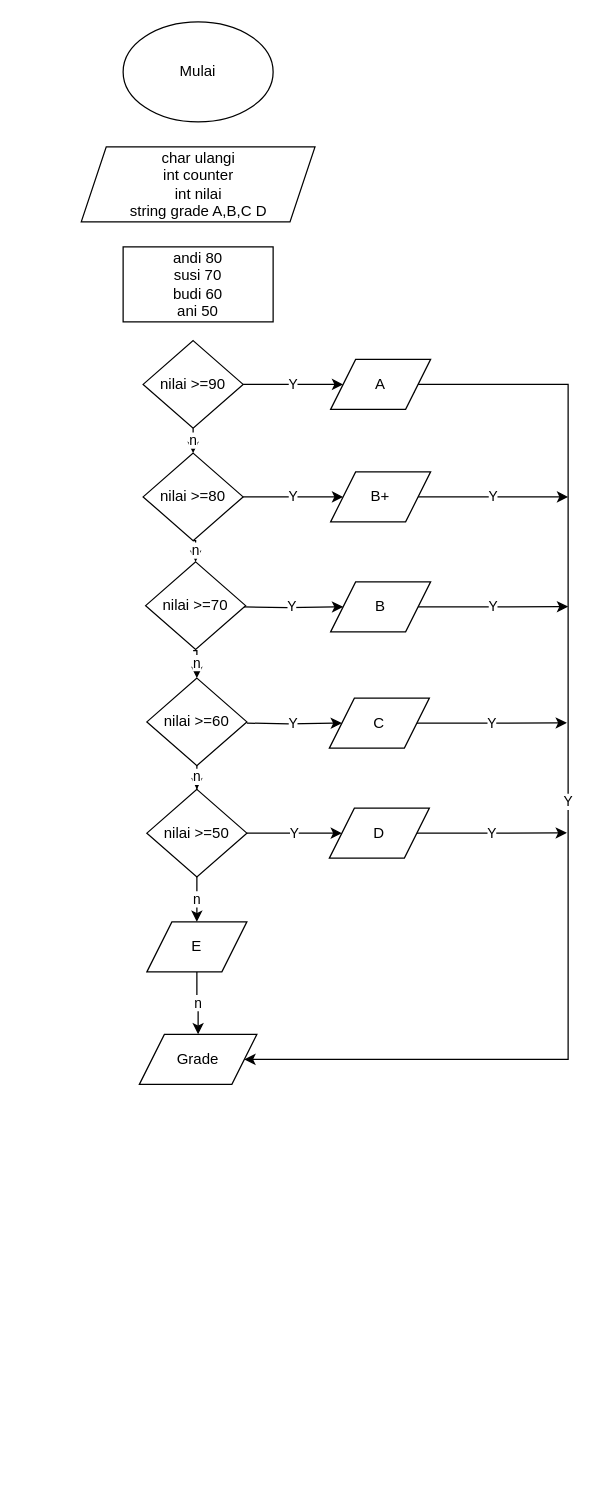
Before: Untitled Diagram.drawio in DevinNyawpantsu/DevinNyawpantsu, a draw.io diagram. Source tidied: cells renumbered, new cells numbered last; positions are measured from the earlier drawing's top-left corner, leaving out a move shared by most shapes. Both pictures are drawn from the tidied source at 125%, with x=0, y=0 at pixel (80, 21).
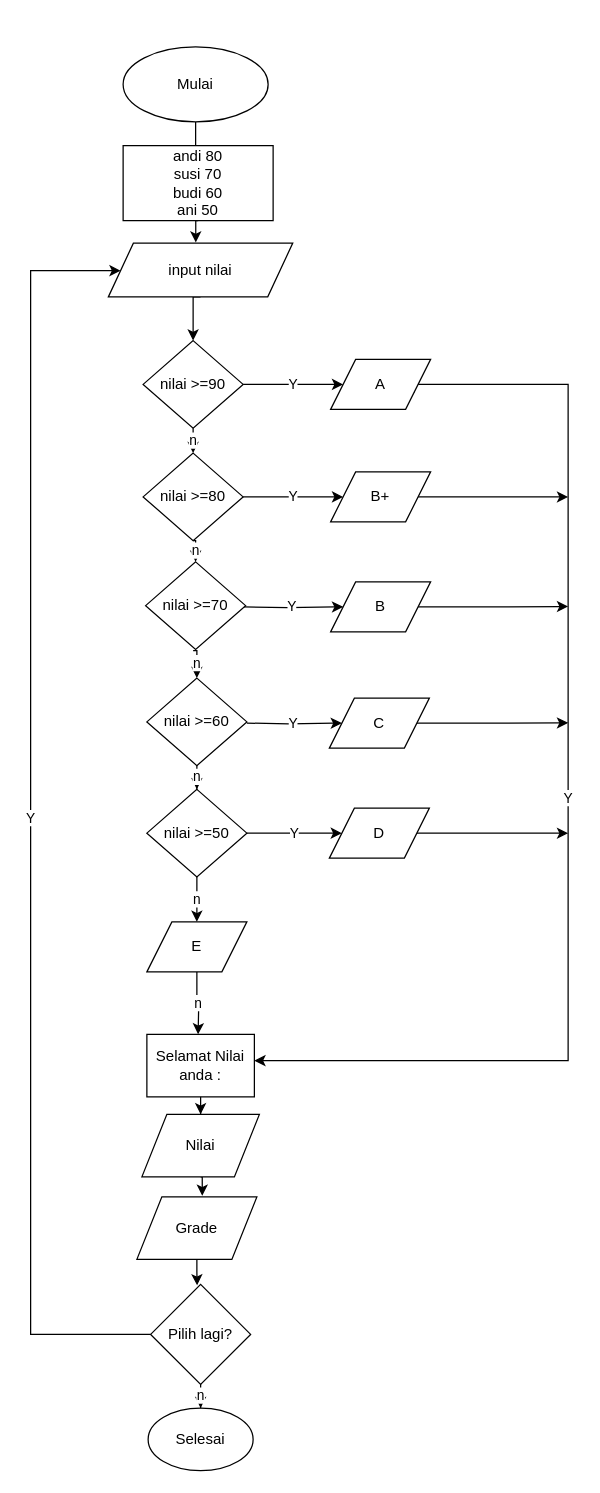
The same page after the edit.

Unchanged cells that the change refers to:
```xml
<mxCell id="7" value="nilai &amp;gt;=90" style="rhombus;whiteSpace=wrap;html=1;" parent="1" vertex="1">
  <mxGeometry x="50" y="255" width="80" height="70" as="geometry" />
</mxCell>
<mxCell id="9" value="A" style="shape=parallelogram;perimeter=parallelogramPerimeter;whiteSpace=wrap;html=1;fixedSize=1;" parent="1" vertex="1">
  <mxGeometry x="200" y="270" width="80" height="40" as="geometry" />
</mxCell>
<mxCell id="23" value="B+" style="shape=parallelogram;perimeter=parallelogramPerimeter;whiteSpace=wrap;html=1;fixedSize=1;" parent="1" vertex="1">
  <mxGeometry x="200" y="360" width="80" height="40" as="geometry" />
</mxCell>
<mxCell id="25" value="B" style="shape=parallelogram;perimeter=parallelogramPerimeter;whiteSpace=wrap;html=1;fixedSize=1;" parent="1" vertex="1">
  <mxGeometry x="200" y="448" width="80" height="40" as="geometry" />
</mxCell>
<mxCell id="27" value="C" style="shape=parallelogram;perimeter=parallelogramPerimeter;whiteSpace=wrap;html=1;fixedSize=1;" parent="1" vertex="1">
  <mxGeometry x="199" y="541" width="80" height="40" as="geometry" />
</mxCell>
<mxCell id="29" value="D" style="shape=parallelogram;perimeter=parallelogramPerimeter;whiteSpace=wrap;html=1;fixedSize=1;" parent="1" vertex="1">
  <mxGeometry x="199" y="629" width="80" height="40" as="geometry" />
</mxCell>
<mxCell id="31" value="E" style="shape=parallelogram;perimeter=parallelogramPerimeter;whiteSpace=wrap;html=1;fixedSize=1;" parent="1" vertex="1">
  <mxGeometry x="53" y="720" width="80" height="40" as="geometry" />
</mxCell>
```

What changed in the source:
```diff
@@
+    <mxCell id="33" style="edgeStyle=orthogonalEdgeStyle;rounded=0;jettySize=auto;html=1;exitX=0.5;exitY=1;exitDx=0;exitDy=0;" parent="1" edge="1" source="2" target="4">
+      <mxGeometry relative="1" as="geometry" />
+    </mxCell>
     <mxCell id="2" value="Mulai" style="ellipse;whiteSpace=wrap;html=1;" parent="1" vertex="1">
-      <mxGeometry x="34" width="120" height="80" as="geometry" />
+      <mxGeometry x="34" y="20" width="116" height="60" as="geometry" />
     </mxCell>
+    <mxCell id="34" style="edgeStyle=orthogonalEdgeStyle;rounded=0;jettySize=auto;html=1;exitX=0.5;exitY=1;exitDx=0;exitDy=0;entryX=0.5;entryY=0;entryDx=0;entryDy=0;" parent="1" edge="1" source="3" target="7">
+      <mxGeometry relative="1" as="geometry" />
+    </mxCell>
-    <mxCell id="3" value="char ulangi&lt;br&gt;int counter&lt;br&gt;int nilai&lt;br&gt;string grade A,B,C D" style="shape=parallelogram;perimeter=parallelogramPerimeter;whiteSpace=wrap;html=1;fixedSize=1;" parent="1" vertex="1">
-      <mxGeometry x="0.5" y="100" width="187" height="60" as="geometry" />
+    <mxCell id="3" value="input nilai" style="shape=parallelogram;perimeter=parallelogramPerimeter;whiteSpace=wrap;html=1;fixedSize=1;" parent="1" vertex="1">
+      <mxGeometry x="22.2" y="177" width="147.5" height="43" as="geometry" />
     </mxCell>
+    <mxCell id="35" style="edgeStyle=orthogonalEdgeStyle;rounded=0;jettySize=auto;html=1;exitX=0.5;exitY=1;exitDx=0;exitDy=0;entryX=0.474;entryY=-0.013;entryDx=0;entryDy=0;entryPerimeter=0;" parent="1" edge="1" source="4" target="3">
+      <mxGeometry relative="1" as="geometry" />
+    </mxCell>
     <mxCell id="4" value="andi 80&lt;br&gt;susi 70&lt;br&gt;budi 60&lt;br&gt;ani 50" style="rounded=0;whiteSpace=wrap;html=1;" parent="1" vertex="1">
-      <mxGeometry x="34" y="180" width="120" height="60" as="geometry" />
+      <mxGeometry x="34" y="99" width="120" height="60" as="geometry" />
     </mxCell>
@@
-    <mxCell id="8" value="Y" style="edgeStyle=orthogonalEdgeStyle;rounded=0;jettySize=auto;html=1;exitX=1;exitY=0.75;exitDx=0;exitDy=0;entryX=1;entryY=0.5;entryDx=0;entryDy=0;" parent="1" edge="1" source="9" target="32">
+    <mxCell id="8" value="Y" style="edgeStyle=orthogonalEdgeStyle;rounded=0;jettySize=auto;html=1;exitX=1;exitY=0.75;exitDx=0;exitDy=0;" parent="1" edge="1" source="9" target="41">
       <mxGeometry relative="1" as="geometry">
         <Array as="points">
           <mxPoint x="267" y="290" />
           <mxPoint x="390" y="290" />
-          <mxPoint x="390" y="830" />
+          <mxPoint x="390" y="831" />
         </Array>
       </mxGeometry>
     </mxCell>
@@
-    <mxCell id="22" value="Y" style="edgeStyle=orthogonalEdgeStyle;rounded=0;jettySize=auto;html=1;exitX=1;exitY=0.5;exitDx=0;exitDy=0;" parent="1" edge="1" source="23">
-      <mxGeometry relative="1" as="geometry">
-        <mxPoint x="390" y="380" as="targetPoint" />
-      </mxGeometry>
-    </mxCell>
+    <mxCell id="36" style="edgeStyle=orthogonalEdgeStyle;rounded=0;jettySize=auto;html=1;exitX=1;exitY=0.5;exitDx=0;exitDy=0;" parent="1" edge="1" source="23">
+      <mxGeometry relative="1" as="geometry">
+        <mxPoint x="390" y="380.1" as="targetPoint" />
+      </mxGeometry>
+    </mxCell>
@@
-    <mxCell id="24" value="Y" style="edgeStyle=orthogonalEdgeStyle;rounded=0;jettySize=auto;html=1;exitX=1;exitY=0.5;exitDx=0;exitDy=0;" parent="1" edge="1" source="25">
-      <mxGeometry relative="1" as="geometry">
-        <mxPoint x="390" y="467.8" as="targetPoint" />
-      </mxGeometry>
-    </mxCell>
+    <mxCell id="37" style="edgeStyle=orthogonalEdgeStyle;rounded=0;jettySize=auto;html=1;exitX=1;exitY=0.5;exitDx=0;exitDy=0;" parent="1" edge="1" source="25">
+      <mxGeometry relative="1" as="geometry">
+        <mxPoint x="390" y="467.7" as="targetPoint" />
+      </mxGeometry>
+    </mxCell>
@@
-    <mxCell id="26" value="Y" style="edgeStyle=orthogonalEdgeStyle;rounded=0;jettySize=auto;html=1;exitX=1;exitY=0.5;exitDx=0;exitDy=0;" parent="1" edge="1" source="27">
-      <mxGeometry relative="1" as="geometry">
-        <mxPoint x="389" y="560.8" as="targetPoint" />
-      </mxGeometry>
-    </mxCell>
+    <mxCell id="38" style="edgeStyle=orthogonalEdgeStyle;rounded=0;jettySize=auto;html=1;exitX=1;exitY=0.5;exitDx=0;exitDy=0;" parent="1" edge="1" source="27">
+      <mxGeometry relative="1" as="geometry">
+        <mxPoint x="390" y="560.8" as="targetPoint" />
+      </mxGeometry>
+    </mxCell>
@@
-    <mxCell id="28" value="Y" style="edgeStyle=orthogonalEdgeStyle;rounded=0;jettySize=auto;html=1;exitX=1;exitY=0.5;exitDx=0;exitDy=0;" parent="1" edge="1" source="29">
-      <mxGeometry relative="1" as="geometry">
-        <mxPoint x="389" y="648.8" as="targetPoint" />
-      </mxGeometry>
-    </mxCell>
+    <mxCell id="39" style="edgeStyle=orthogonalEdgeStyle;rounded=0;jettySize=auto;html=1;exitX=1;exitY=0.5;exitDx=0;exitDy=0;" parent="1" edge="1" source="29">
+      <mxGeometry relative="1" as="geometry">
+        <mxPoint x="390" y="649.1" as="targetPoint" />
+      </mxGeometry>
+    </mxCell>
@@
-    <mxCell id="30" value="n" style="edgeStyle=orthogonalEdgeStyle;rounded=0;jettySize=auto;html=1;exitX=0.5;exitY=1;exitDx=0;exitDy=0;entryX=0.5;entryY=0;entryDx=0;entryDy=0;" parent="1" edge="1" source="31" target="32">
-      <mxGeometry relative="1" as="geometry" />
+    <mxCell id="30" value="n" style="edgeStyle=orthogonalEdgeStyle;rounded=0;jettySize=auto;html=1;exitX=0.5;exitY=1;exitDx=0;exitDy=0;entryX=0.5;entryY=0;entryDx=0;entryDy=0;" parent="1" edge="1" source="31">
+      <mxGeometry relative="1" as="geometry">
+        <mxPoint x="94" y="810" as="targetPoint" />
+      </mxGeometry>
     </mxCell>
@@
+    <mxCell id="40" style="edgeStyle=orthogonalEdgeStyle;rounded=0;jettySize=auto;html=1;exitX=0.5;exitY=1;exitDx=0;exitDy=0;" parent="1" edge="1" source="41" target="48">
+      <mxGeometry relative="1" as="geometry" />
+    </mxCell>
+    <mxCell id="41" value="Selamat Nilai anda :" style="rounded=0;whiteSpace=wrap;html=1;" parent="1" vertex="1">
+      <mxGeometry x="53" y="810" width="86" height="50" as="geometry" />
+    </mxCell>
+    <mxCell id="42" value="n" style="edgeStyle=orthogonalEdgeStyle;rounded=0;jettySize=auto;html=1;exitX=0.5;exitY=1;exitDx=0;exitDy=0;" parent="1" edge="1" source="44" target="45">
+      <mxGeometry relative="1" as="geometry" />
+    </mxCell>
+    <mxCell id="43" value="Y" style="edgeStyle=orthogonalEdgeStyle;rounded=0;jettySize=auto;html=1;exitX=0;exitY=0.5;exitDx=0;exitDy=0;" parent="1" edge="1" source="44" target="3">
+      <mxGeometry relative="1" as="geometry">
+        <Array as="points">
+          <mxPoint x="-40" y="1050" />
+          <mxPoint x="-40" y="199" />
+        </Array>
+      </mxGeometry>
+    </mxCell>
+    <mxCell id="44" value="Pilih lagi?" style="rhombus;whiteSpace=wrap;html=1;" parent="1" vertex="1">
+      <mxGeometry x="56" y="1010" width="80" height="80" as="geometry" />
+    </mxCell>
+    <mxCell id="45" value="Selesai" style="ellipse;whiteSpace=wrap;html=1;" parent="1" vertex="1">
+      <mxGeometry x="54" y="1109" width="84" height="50" as="geometry" />
+    </mxCell>
+    <mxCell id="46" style="edgeStyle=orthogonalEdgeStyle;rounded=0;jettySize=auto;html=1;exitX=0.5;exitY=1;exitDx=0;exitDy=0;entryX=0.465;entryY=0.01;entryDx=0;entryDy=0;entryPerimeter=0;" parent="1" edge="1" source="32" target="44">
+      <mxGeometry relative="1" as="geometry">
+        <Array as="points">
+          <mxPoint x="93" y="1000" />
+          <mxPoint x="93" y="1000" />
+        </Array>
+      </mxGeometry>
+    </mxCell>
     <mxCell id="32" value="Grade" style="shape=parallelogram;perimeter=parallelogramPerimeter;whiteSpace=wrap;html=1;fixedSize=1;" parent="1" vertex="1">
-      <mxGeometry x="47" y="810" width="94" height="40" as="geometry" />
+      <mxGeometry x="45" y="940" width="96" height="50" as="geometry" />
     </mxCell>
+    <mxCell id="47" style="edgeStyle=orthogonalEdgeStyle;rounded=0;jettySize=auto;html=1;exitX=0.5;exitY=1;exitDx=0;exitDy=0;entryX=0.545;entryY=-0.018;entryDx=0;entryDy=0;entryPerimeter=0;" parent="1" edge="1" source="48" target="32">
+      <mxGeometry relative="1" as="geometry" />
+    </mxCell>
+    <mxCell id="48" value="Nilai" style="shape=parallelogram;perimeter=parallelogramPerimeter;whiteSpace=wrap;html=1;fixedSize=1;" parent="1" vertex="1">
+      <mxGeometry x="49" y="874" width="94" height="50" as="geometry" />
+    </mxCell>
```
